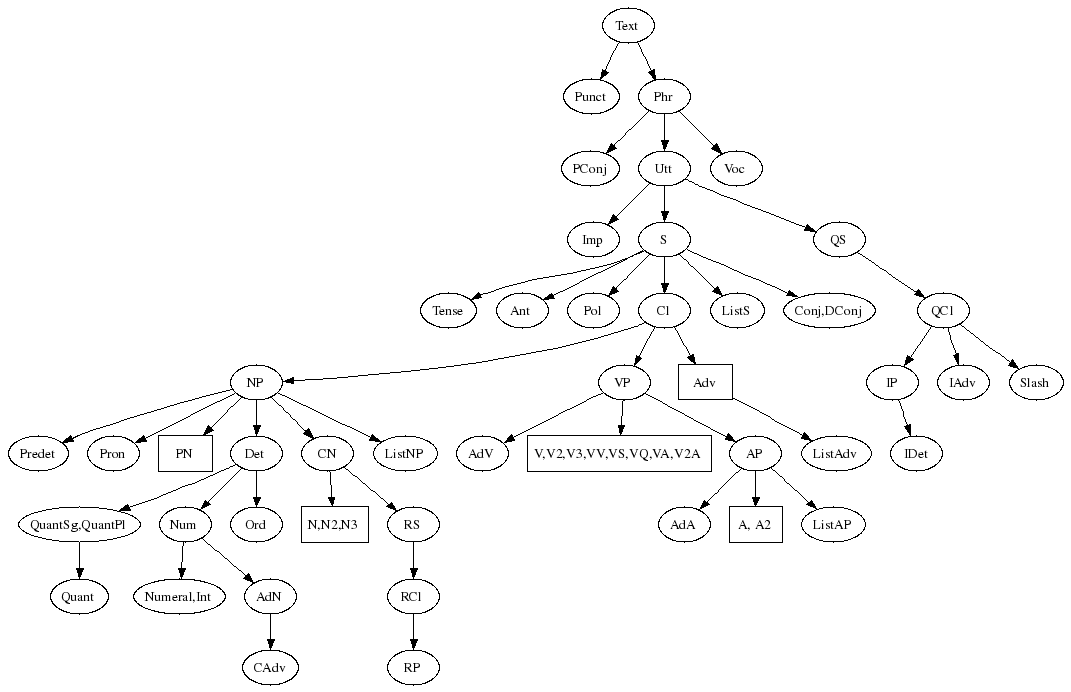
The Graphviz diagram resource-1.0/doc/categories.png in GrammaticalFramework/gf-rgl, before a commit. Its source is kept beside it as resource-1.0/doc/categories.dot.
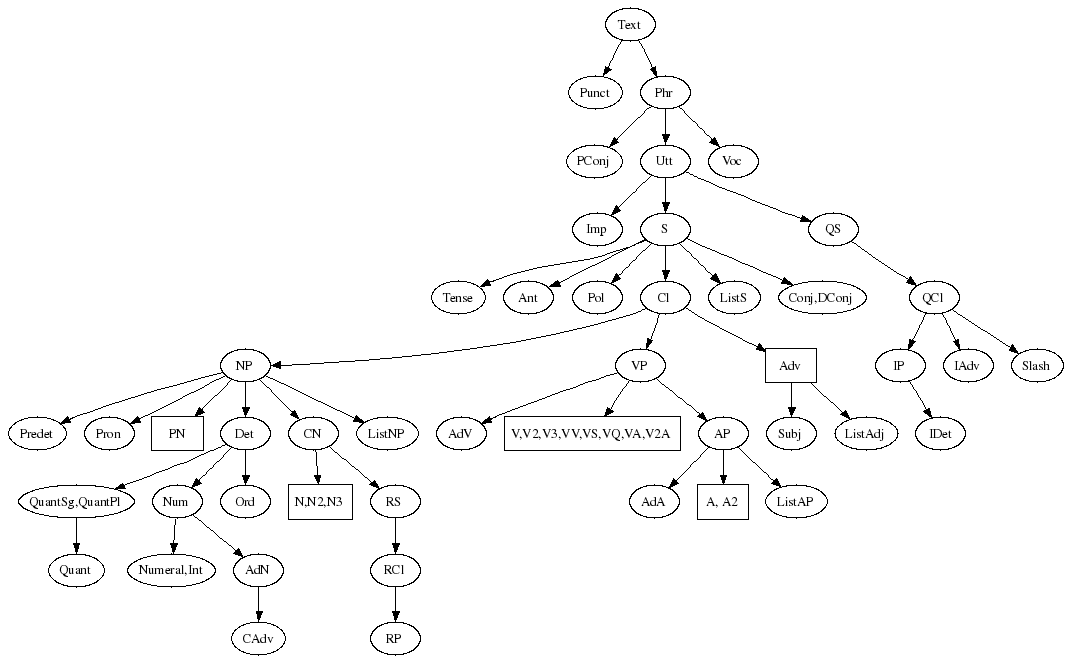
The same diagram one commit later.

Commit message:
Subj in cat synopsis graph

Diff of the diagram source:
```diff
@@ -43,7 +43,8 @@
 Cl -> Adv [style = "solid"];
 
 Adv [style = "solid", shape = "rectangle"];
-Adv -> ListAdv [style = "solid"];
+Adv -> Subj [style = "solid"];
+Adv -> ListAdj [style = "solid"];
 
 
 NP [style = "solid", shape = "ellipse"];
```
